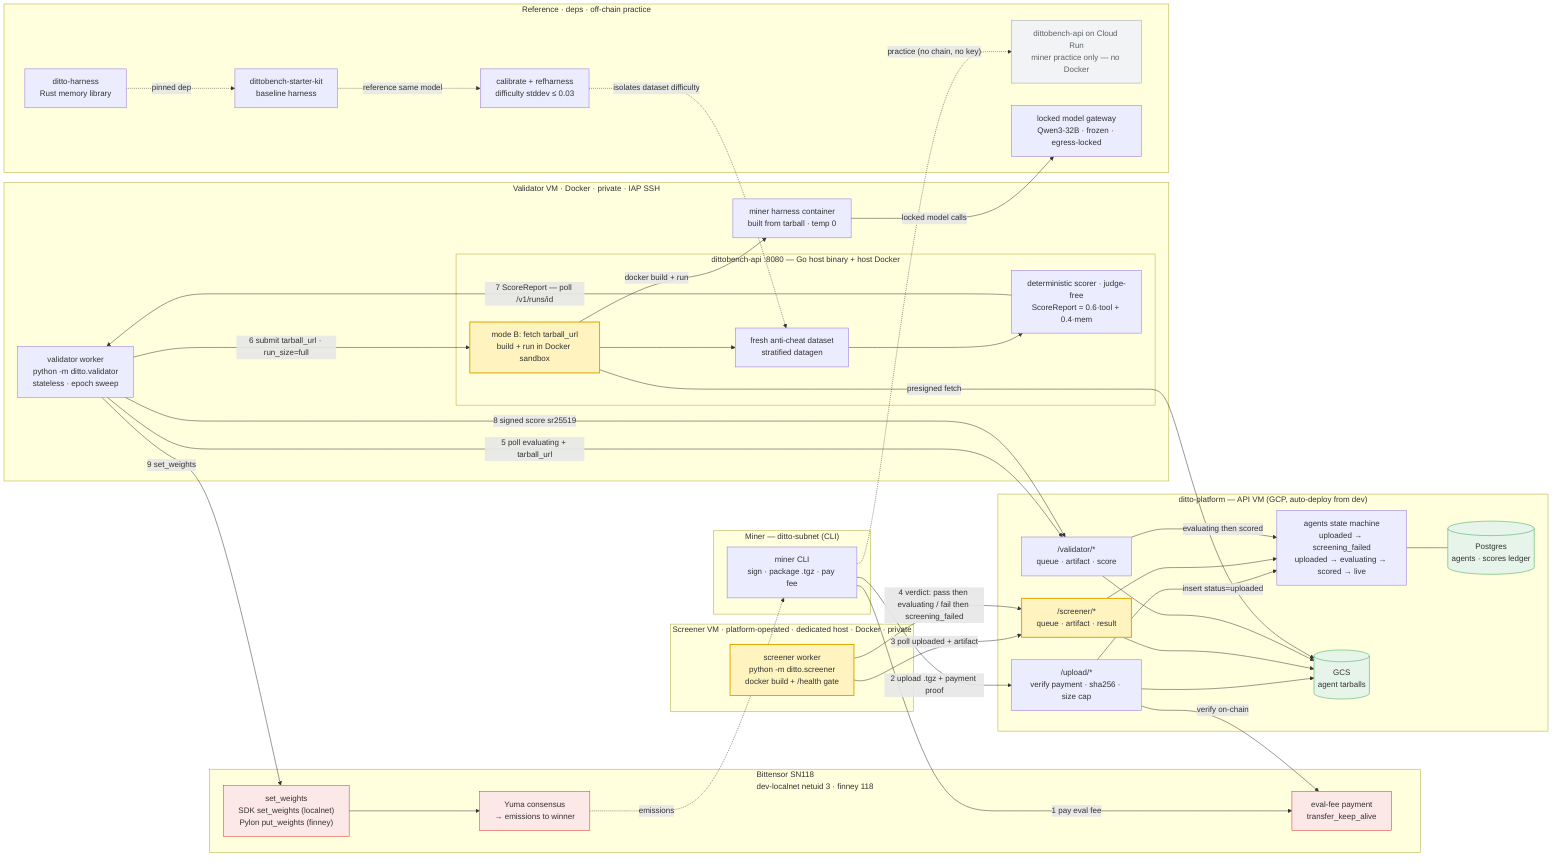
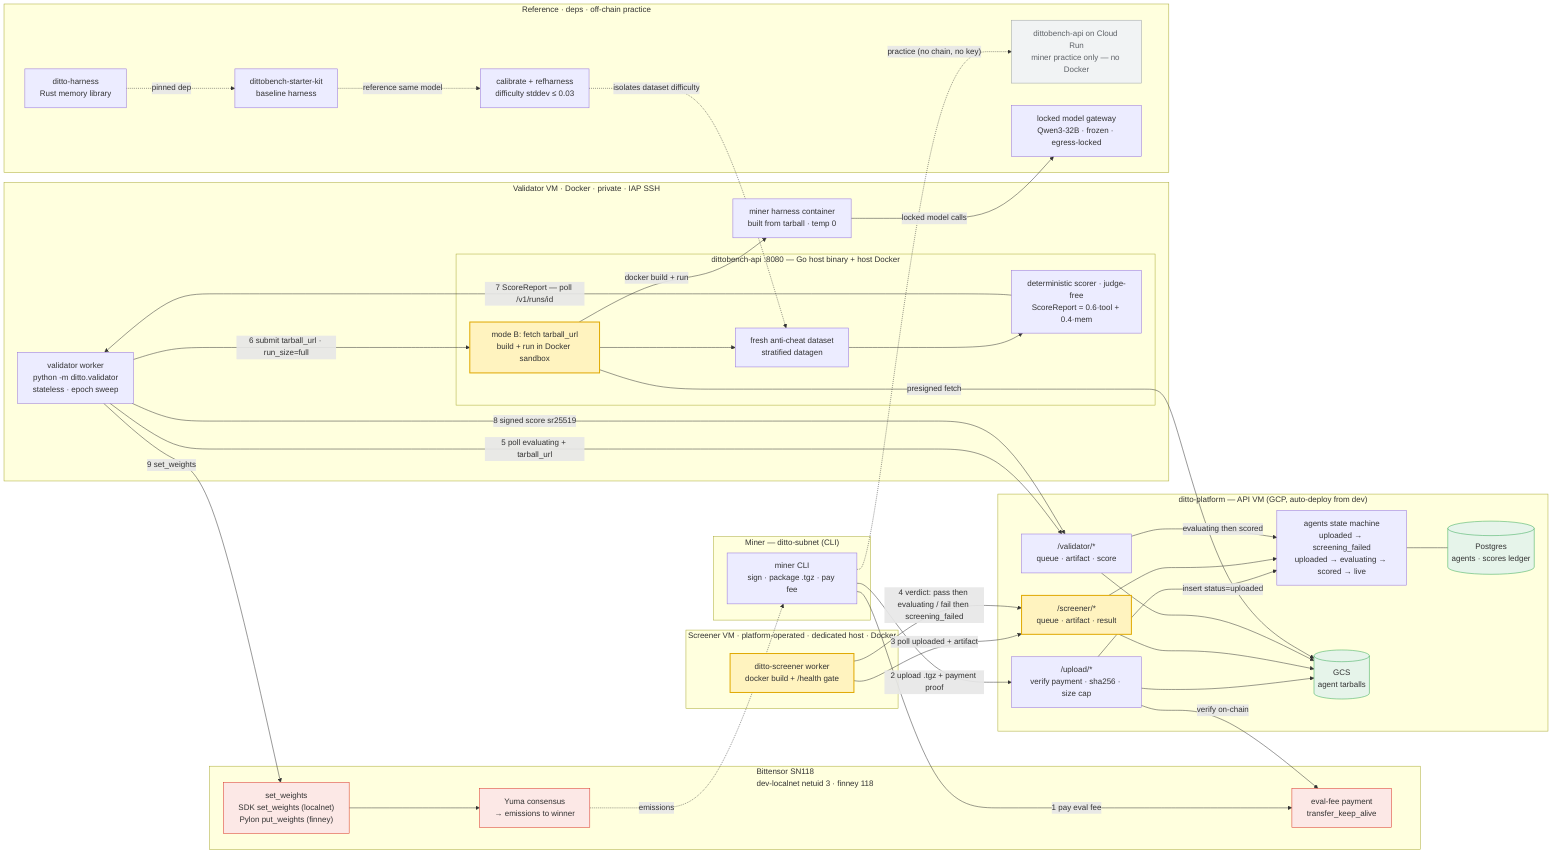
%%{init: {"flowchart": {"htmlLabels": true, "nodeSpacing": 45, "rankSpacing": 55, "curve": "basis"}} }%%
flowchart LR
    classDef new fill:#fff3bf,stroke:#e0a800,stroke-width:2px;
    classDef store fill:#e6f4ea,stroke:#34a853;
    classDef chain fill:#fce8e6,stroke:#d93025;
    classDef practice fill:#f1f3f4,stroke:#9aa0a6,color:#5f6368;

    subgraph Miner["Miner — ditto-subnet (CLI)"]
        MCLI["miner CLI<br/>sign · package .tgz · pay fee"]
    end

    subgraph Chain["Bittensor SN118<br/>dev-localnet netuid 3 · finney 118"]
        PAY["eval-fee payment<br/>transfer_keep_alive"]:::chain
        WEIGHTS["set_weights<br/>SDK set_weights (localnet)<br/>Pylon put_weights (finney)"]:::chain
        YUMA["Yuma consensus<br/>→ emissions to winner"]:::chain
        WEIGHTS --> YUMA
    end

    subgraph Platform["ditto-platform — API VM (GCP, auto-deploy from dev)"]
        UP["/upload/*<br/>verify payment · sha256 · size cap"]
        SAPI["/screener/*<br/>queue · artifact · result"]:::new
        VAPI["/validator/*<br/>queue · artifact · score"]
        SM["agents state machine<br/>uploaded → screening_failed<br/>uploaded → evaluating → scored → live"]
        S3[("GCS<br/>agent tarballs")]:::store
        PG[("Postgres<br/>agents · scores ledger")]:::store
    end

-     subgraph ScrVM["Screener VM · platform-operated · dedicated host · Docker · private"]
-         SW["screener worker<br/>python -m ditto.screener<br/>docker build + /health gate"]:::new
+     subgraph ScrVM["Screener VM · platform-operated · dedicated host · Docker"]
+         SW["ditto-screener worker<br/>docker build + /health gate"]:::new
    end

    subgraph VM["Validator VM · Docker · private · IAP SSH"]
        VW["validator worker<br/>python -m ditto.validator<br/>stateless · epoch sweep"]
        subgraph DBench["dittobench-api :8080 — Go host binary + host Docker"]
            FETCH["mode B: fetch tarball_url<br/>build + run in Docker sandbox"]:::new
            RUN["fresh anti-cheat dataset<br/>stratified datagen"]
            JUDGE["deterministic scorer · judge-free<br/>ScoreReport = 0.6·tool + 0.4·mem"]
        end
        HC["miner harness container<br/>built from tarball · temp 0"]
    end

    subgraph Ref["Reference · deps · off-chain practice"]
        HARNESS["ditto-harness<br/>Rust memory library"]
        SK["dittobench-starter-kit<br/>baseline harness"]
        CAL["calibrate + refharness<br/>difficulty stddev ≤ 0.03"]
        CR["dittobench-api on Cloud Run<br/>miner practice only — no Docker"]:::practice
        GW["locked model gateway<br/>Qwen3-32B · frozen · egress-locked"]
    end

    %% 1-2 upload
    MCLI -->|"1 pay eval fee"| PAY
    MCLI -->|"2 upload .tgz + payment proof"| UP
    UP -->|"verify on-chain"| PAY
    UP --> S3
    UP -->|"insert status=uploaded"| SM

    %% 3-4 screen / promote (NEW — was manual)
    SW -->|"3 poll uploaded + artifact"| SAPI
    SAPI --> S3
    SW -->|"4 verdict: pass then evaluating / fail then screening_failed"| SAPI
    SAPI --> SM

    %% 5-8 evaluate
    VW -->|"5 poll evaluating + tarball_url"| VAPI
    VAPI --> S3
    VW -->|"6 submit tarball_url · run_size=full"| FETCH
    FETCH -->|"presigned fetch"| S3
    FETCH -->|"docker build + run"| HC
    FETCH --> RUN --> JUDGE
    HC -->|"locked model calls"| GW
    JUDGE -->|"7 ScoreReport — poll /v1/runs/id"| VW
    VW -->|"8 signed score sr25519"| VAPI
    VAPI -->|"evaluating then scored"| SM

    %% 9 weights
    VW -->|"9 set_weights"| WEIGHTS
    YUMA -.->|"emissions"| MCLI

    SM --- PG

    %% deps + calibration
    HARNESS -.->|"pinned dep"| SK
    SK -.->|"reference same model"| CAL
    CAL -.->|"isolates dataset difficulty"| RUN
    MCLI -.->|"practice (no chain, no key)"| CR
